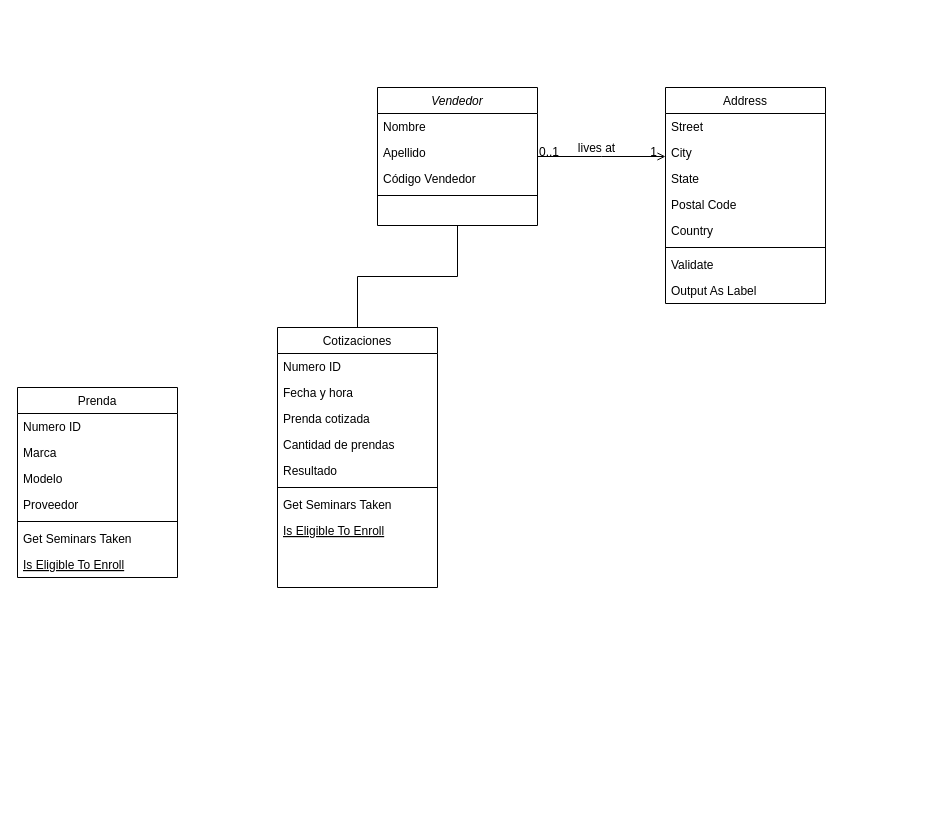
The draw.io diagram Diagrama sin título.drawio in Santira243/PracticaQuark, before the edit. Source tidied: cells renumbered, new cells numbered last; positions are measured from the earlier drawing's top-left corner, leaving out a move shared by most shapes. Both pictures are drawn from the tidied source at 100%, with x=0, y=0 at pixel (17, 87).
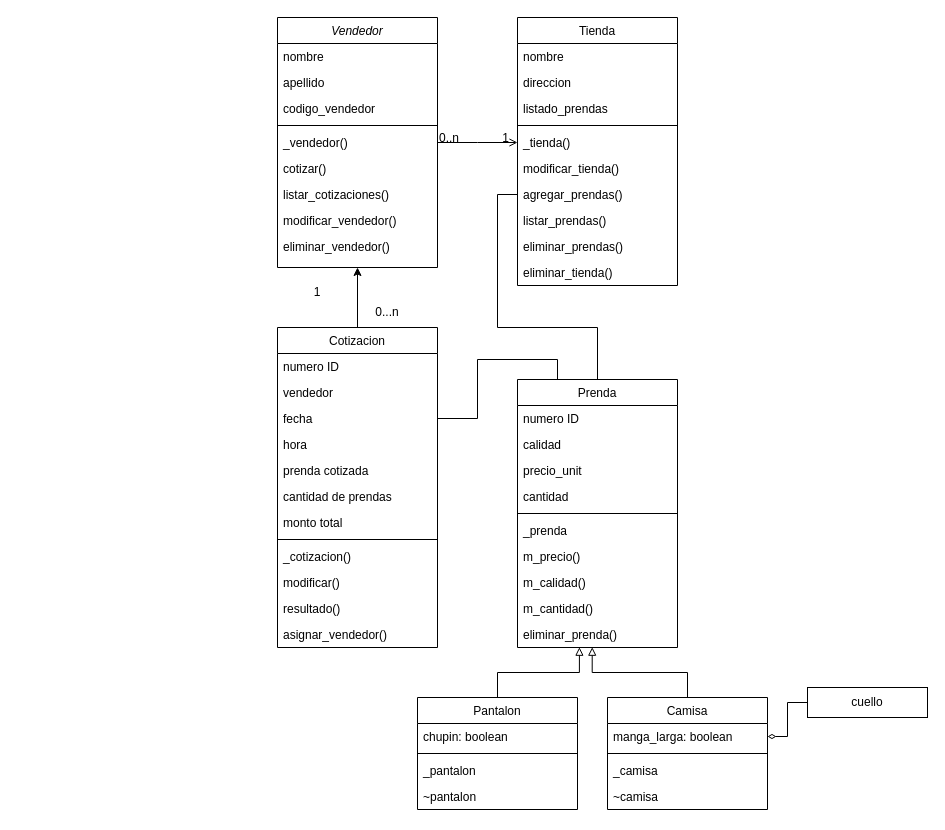
Above is the later version.

Unchanged cells that the change refers to:
```xml
<mxCell id="26" style="endArrow=open;shadow=0;strokeWidth=1;rounded=0;endFill=1;edgeStyle=elbowEdgeStyle;elbow=vertical;" parent="1" edge="1" source="2" target="17">
  <mxGeometry x="0.5" y="41" relative="1" as="geometry">
    <mxPoint x="-40" y="32" as="offset" />
  </mxGeometry>
</mxCell>
```

Diff of the diagram source:
```diff
@@
     <mxCell id="2" value="Vendedor" style="swimlane;fontStyle=2;align=center;verticalAlign=top;horizontal=1;startSize=26;rounded=0;shadow=0;strokeWidth=1;" parent="1" vertex="1">
-      <mxGeometry x="360" width="160" height="138" as="geometry" />
+      <mxGeometry x="260" y="-70" width="160" height="250" as="geometry" />
     </mxCell>
-    <mxCell id="3" value="Nombre" style="text;align=left;verticalAlign=top;spacingLeft=4;spacingRight=4;overflow=hidden;" parent="2" vertex="1">
+    <mxCell id="3" value="nombre" style="text;align=left;verticalAlign=top;spacingLeft=4;spacingRight=4;overflow=hidden;" parent="2" vertex="1">
       <mxGeometry y="26" width="160" height="26" as="geometry" />
     </mxCell>
-    <mxCell id="4" value="Apellido" style="text;align=left;verticalAlign=top;spacingLeft=4;spacingRight=4;overflow=hidden;rounded=0;shadow=0;html=0;" parent="2" vertex="1">
+    <mxCell id="4" value="apellido" style="text;align=left;verticalAlign=top;spacingLeft=4;spacingRight=4;overflow=hidden;rounded=0;shadow=0;html=0;" parent="2" vertex="1">
       <mxGeometry y="52" width="160" height="26" as="geometry" />
     </mxCell>
-    <mxCell id="5" value="Código Vendedor" style="text;align=left;verticalAlign=top;spacingLeft=4;spacingRight=4;overflow=hidden;rounded=0;shadow=0;html=0;" parent="2" vertex="1">
+    <mxCell id="5" value="codigo_vendedor" style="text;align=left;verticalAlign=top;spacingLeft=4;spacingRight=4;overflow=hidden;rounded=0;shadow=0;html=0;" parent="2" vertex="1">
       <mxGeometry y="78" width="160" height="26" as="geometry" />
     </mxCell>
@@
+    <mxCell id="38" value="_vendedor()" style="text;align=left;verticalAlign=top;spacingLeft=4;spacingRight=4;overflow=hidden;rounded=0;shadow=0;html=0;" parent="2" vertex="1">
+      <mxGeometry y="112" width="160" height="26" as="geometry" />
+    </mxCell>
+    <mxCell id="39" value="cotizar()&#10;" style="text;align=left;verticalAlign=top;spacingLeft=4;spacingRight=4;overflow=hidden;rounded=0;shadow=0;html=0;" parent="2" vertex="1">
+      <mxGeometry y="138" width="160" height="26" as="geometry" />
+    </mxCell>
+    <mxCell id="40" value="listar_cotizaciones()" style="text;align=left;verticalAlign=top;spacingLeft=4;spacingRight=4;overflow=hidden;rounded=0;shadow=0;html=0;" parent="2" vertex="1">
+      <mxGeometry y="164" width="160" height="26" as="geometry" />
+    </mxCell>
+    <mxCell id="41" value="modificar_vendedor()&#10;" style="text;align=left;verticalAlign=top;spacingLeft=4;spacingRight=4;overflow=hidden;rounded=0;shadow=0;html=0;" parent="2" vertex="1">
+      <mxGeometry y="190" width="160" height="26" as="geometry" />
+    </mxCell>
+    <mxCell id="42" value="eliminar_vendedor()&#10;" style="text;align=left;verticalAlign=top;spacingLeft=4;spacingRight=4;overflow=hidden;rounded=0;shadow=0;html=0;" parent="2" vertex="1">
+      <mxGeometry y="216" width="160" height="26" as="geometry" />
+    </mxCell>
-    <mxCell id="7" value="Cotizaciones" style="swimlane;fontStyle=0;align=center;verticalAlign=top;horizontal=1;startSize=26;rounded=0;shadow=0;strokeWidth=1;" parent="1" vertex="1">
-      <mxGeometry x="260" y="240" width="160" height="260" as="geometry" />
+    <mxCell id="7" value="Cotizacion" style="swimlane;fontStyle=0;align=center;verticalAlign=top;horizontal=1;startSize=26;rounded=0;shadow=0;strokeWidth=1;" parent="1" vertex="1">
+      <mxGeometry x="260" y="240" width="160" height="320" as="geometry" />
     </mxCell>
-    <mxCell id="8" value="Numero ID" style="text;align=left;verticalAlign=top;spacingLeft=4;spacingRight=4;overflow=hidden;" parent="7" vertex="1">
+    <mxCell id="8" value="numero ID" style="text;align=left;verticalAlign=top;spacingLeft=4;spacingRight=4;overflow=hidden;" parent="7" vertex="1">
       <mxGeometry y="26" width="160" height="26" as="geometry" />
     </mxCell>
+    <mxCell id="43" value="vendedor" style="text;align=left;verticalAlign=top;spacingLeft=4;spacingRight=4;overflow=hidden;rounded=0;shadow=0;html=0;" parent="7" vertex="1">
+      <mxGeometry y="52" width="160" height="26" as="geometry" />
+    </mxCell>
-    <mxCell id="9" value="Fecha y hora" style="text;align=left;verticalAlign=top;spacingLeft=4;spacingRight=4;overflow=hidden;points=[[0,0.5],[1,0.5]];portConstraint=eastwest;rounded=0;shadow=0;html=0;" parent="7" vertex="1">
-      <mxGeometry y="52" width="160" height="26" as="geometry" />
+    <mxCell id="9" value="fecha&#10;" style="text;align=left;verticalAlign=top;spacingLeft=4;spacingRight=4;overflow=hidden;points=[[0,0.5],[1,0.5]];portConstraint=eastwest;rounded=0;shadow=0;html=0;" parent="7" vertex="1">
+      <mxGeometry y="78" width="160" height="26" as="geometry" />
     </mxCell>
-    <mxCell id="10" value="Prenda cotizada" style="text;align=left;verticalAlign=top;spacingLeft=4;spacingRight=4;overflow=hidden;rounded=0;shadow=0;html=0;" parent="7" vertex="1">
-      <mxGeometry y="78" width="160" height="26" as="geometry" />
+    <mxCell id="10" value="hora" style="text;align=left;verticalAlign=top;spacingLeft=4;spacingRight=4;overflow=hidden;rounded=0;shadow=0;html=0;" parent="7" vertex="1">
+      <mxGeometry y="104" width="160" height="26" as="geometry" />
     </mxCell>
+    <mxCell id="44" value="prenda cotizada" style="text;align=left;verticalAlign=top;spacingLeft=4;spacingRight=4;overflow=hidden;rounded=0;shadow=0;html=0;" parent="7" vertex="1">
+      <mxGeometry y="130" width="160" height="26" as="geometry" />
+    </mxCell>
-    <mxCell id="11" value="Cantidad de prendas" style="text;align=left;verticalAlign=top;spacingLeft=4;spacingRight=4;overflow=hidden;rounded=0;shadow=0;html=0;" parent="7" vertex="1">
-      <mxGeometry y="104" width="160" height="26" as="geometry" />
+    <mxCell id="11" value="cantidad de prendas" style="text;align=left;verticalAlign=top;spacingLeft=4;spacingRight=4;overflow=hidden;rounded=0;shadow=0;html=0;" parent="7" vertex="1">
+      <mxGeometry y="156" width="160" height="26" as="geometry" />
     </mxCell>
-    <mxCell id="12" value="Resultado" style="text;align=left;verticalAlign=top;spacingLeft=4;spacingRight=4;overflow=hidden;rounded=0;shadow=0;html=0;" parent="7" vertex="1">
-      <mxGeometry y="130" width="160" height="26" as="geometry" />
+    <mxCell id="12" value="monto total" style="text;align=left;verticalAlign=top;spacingLeft=4;spacingRight=4;overflow=hidden;rounded=0;shadow=0;html=0;" parent="7" vertex="1">
+      <mxGeometry y="182" width="160" height="26" as="geometry" />
     </mxCell>
     <mxCell id="13" style="line;html=1;strokeWidth=1;align=left;verticalAlign=middle;spacingTop=-1;spacingLeft=3;spacingRight=3;labelPosition=right;" parent="7" vertex="1">
-      <mxGeometry y="156" width="160" height="8" as="geometry" />
+      <mxGeometry y="208" width="160" height="8" as="geometry" />
     </mxCell>
-    <mxCell id="14" value="Get Seminars Taken" style="text;align=left;verticalAlign=top;spacingLeft=4;spacingRight=4;overflow=hidden;" parent="7" vertex="1">
-      <mxGeometry y="164" width="160" height="26" as="geometry" />
-    </mxCell>
-    <mxCell id="15" value="Is Eligible To Enroll" style="text;align=left;verticalAlign=top;spacingLeft=4;spacingRight=4;overflow=hidden;fontStyle=4;" parent="7" vertex="1">
-      <mxGeometry y="190" width="160" height="26" as="geometry" />
-    </mxCell>
+    <mxCell id="45" value="_cotizacion()" style="text;align=left;verticalAlign=top;spacingLeft=4;spacingRight=4;overflow=hidden;rounded=0;shadow=0;html=0;" parent="7" vertex="1">
+      <mxGeometry y="216" width="160" height="26" as="geometry" />
+    </mxCell>
+    <mxCell id="46" value="modificar()" style="text;align=left;verticalAlign=top;spacingLeft=4;spacingRight=4;overflow=hidden;rounded=0;shadow=0;html=0;" parent="7" vertex="1">
+      <mxGeometry y="242" width="160" height="26" as="geometry" />
+    </mxCell>
+    <mxCell id="47" value="resultado()" style="text;align=left;verticalAlign=top;spacingLeft=4;spacingRight=4;overflow=hidden;rounded=0;shadow=0;html=0;" parent="7" vertex="1">
+      <mxGeometry y="268" width="160" height="26" as="geometry" />
+    </mxCell>
+    <mxCell id="48" value="asignar_vendedor()" style="text;align=left;verticalAlign=top;spacingLeft=4;spacingRight=4;overflow=hidden;rounded=0;shadow=0;html=0;" parent="7" vertex="1">
+      <mxGeometry y="294" width="160" height="26" as="geometry" />
+    </mxCell>
-    <mxCell id="16" style="endArrow=none;endFill=0;shadow=0;strokeWidth=1;rounded=0;elbow=vertical;edgeStyle=orthogonalEdgeStyle;" parent="1" edge="1" source="7" target="2">
+    <mxCell id="16" style="endArrow=classic;endFill=1;shadow=0;strokeWidth=1;rounded=0;elbow=vertical;edgeStyle=orthogonalEdgeStyle;" parent="1" edge="1" source="7" target="2">
       <mxGeometry relative="1" as="geometry" />
     </mxCell>
-    <mxCell id="17" value="Address" style="swimlane;fontStyle=0;align=center;verticalAlign=top;horizontal=1;startSize=26;rounded=0;shadow=0;strokeWidth=1;" parent="1" vertex="1">
-      <mxGeometry x="648" width="160" height="216" as="geometry" />
+    <mxCell id="17" value="Tienda" style="swimlane;fontStyle=0;align=center;verticalAlign=top;horizontal=1;startSize=26;rounded=0;shadow=0;strokeWidth=1;" parent="1" vertex="1">
+      <mxGeometry x="500" y="-70" width="160" height="268" as="geometry" />
     </mxCell>
-    <mxCell id="18" value="Street" style="text;align=left;verticalAlign=top;spacingLeft=4;spacingRight=4;overflow=hidden;" parent="17" vertex="1">
+    <mxCell id="18" value="nombre" style="text;align=left;verticalAlign=top;spacingLeft=4;spacingRight=4;overflow=hidden;" parent="17" vertex="1">
       <mxGeometry y="26" width="160" height="26" as="geometry" />
     </mxCell>
-    <mxCell id="19" value="City" style="text;align=left;verticalAlign=top;spacingLeft=4;spacingRight=4;overflow=hidden;rounded=0;shadow=0;html=0;" parent="17" vertex="1">
+    <mxCell id="19" value="direccion" style="text;align=left;verticalAlign=top;spacingLeft=4;spacingRight=4;overflow=hidden;rounded=0;shadow=0;html=0;" parent="17" vertex="1">
       <mxGeometry y="52" width="160" height="26" as="geometry" />
     </mxCell>
-    <mxCell id="20" value="State" style="text;align=left;verticalAlign=top;spacingLeft=4;spacingRight=4;overflow=hidden;rounded=0;shadow=0;html=0;" parent="17" vertex="1">
-      <mxGeometry y="78" width="160" height="26" as="geometry" />
-    </mxCell>
-    <mxCell id="21" value="Postal Code" style="text;align=left;verticalAlign=top;spacingLeft=4;spacingRight=4;overflow=hidden;rounded=0;shadow=0;html=0;" parent="17" vertex="1">
-      <mxGeometry y="104" width="160" height="26" as="geometry" />
-    </mxCell>
-    <mxCell id="22" value="Country" style="text;align=left;verticalAlign=top;spacingLeft=4;spacingRight=4;overflow=hidden;rounded=0;shadow=0;html=0;" parent="17" vertex="1">
-      <mxGeometry y="130" width="160" height="26" as="geometry" />
+    <mxCell id="22" value="listado_prendas" style="text;align=left;verticalAlign=top;spacingLeft=4;spacingRight=4;overflow=hidden;rounded=0;shadow=0;html=0;" parent="17" vertex="1">
+      <mxGeometry y="78" width="160" height="26" as="geometry" />
     </mxCell>
     <mxCell id="23" style="line;html=1;strokeWidth=1;align=left;verticalAlign=middle;spacingTop=-1;spacingLeft=3;spacingRight=3;labelPosition=right;" parent="17" vertex="1">
-      <mxGeometry y="156" width="160" height="8" as="geometry" />
+      <mxGeometry y="104" width="160" height="8" as="geometry" />
     </mxCell>
-    <mxCell id="24" value="Validate" style="text;align=left;verticalAlign=top;spacingLeft=4;spacingRight=4;overflow=hidden;" parent="17" vertex="1">
-      <mxGeometry y="164" width="160" height="26" as="geometry" />
+    <mxCell id="24" value="_tienda()" style="text;align=left;verticalAlign=top;spacingLeft=4;spacingRight=4;overflow=hidden;" parent="17" vertex="1">
+      <mxGeometry y="112" width="160" height="26" as="geometry" />
     </mxCell>
-    <mxCell id="25" value="Output As Label" style="text;align=left;verticalAlign=top;spacingLeft=4;spacingRight=4;overflow=hidden;" parent="17" vertex="1">
-      <mxGeometry y="190" width="160" height="26" as="geometry" />
+    <mxCell id="25" value="modificar_tienda()" style="text;align=left;verticalAlign=top;spacingLeft=4;spacingRight=4;overflow=hidden;" parent="17" vertex="1">
+      <mxGeometry y="138" width="160" height="26" as="geometry" />
     </mxCell>
+    <mxCell id="49" value="agregar_prendas()" style="text;align=left;verticalAlign=top;spacingLeft=4;spacingRight=4;overflow=hidden;points=[[0,0.5],[1,0.5]];portConstraint=eastwest;" parent="17" vertex="1">
+      <mxGeometry y="164" width="160" height="26" as="geometry" />
+    </mxCell>
+    <mxCell id="50" value="listar_prendas()" style="text;align=left;verticalAlign=top;spacingLeft=4;spacingRight=4;overflow=hidden;" parent="17" vertex="1">
+      <mxGeometry y="190" width="160" height="26" as="geometry" />
+    </mxCell>
+    <mxCell id="51" value="eliminar_prendas()" style="text;align=left;verticalAlign=top;spacingLeft=4;spacingRight=4;overflow=hidden;" parent="17" vertex="1">
+      <mxGeometry y="216" width="160" height="26" as="geometry" />
+    </mxCell>
+    <mxCell id="52" value="eliminar_tienda()" style="text;align=left;verticalAlign=top;spacingLeft=4;spacingRight=4;overflow=hidden;" parent="17" vertex="1">
+      <mxGeometry y="242" width="160" height="26" as="geometry" />
+    </mxCell>
@@
-    <mxCell id="27" value="0..1" style="align=left;verticalAlign=bottom;labelBackgroundColor=none;fontSize=12;" parent="26" vertex="1">
+    <mxCell id="27" value="0..n" style="align=left;verticalAlign=bottom;labelBackgroundColor=none;fontSize=12;" parent="26" vertex="1">
       <mxGeometry x="-1" relative="1" as="geometry">
         <mxPoint y="4" as="offset" />
       </mxGeometry>
     </mxCell>
@@
-    <mxCell id="29" value="lives at" style="text;html=1;align=center;verticalAlign=middle;labelBackgroundColor=none;rounded=0;shadow=0;strokeWidth=1;fontSize=12;" parent="26" vertex="1">
-      <mxGeometry x="0.5" y="49" relative="1" as="geometry">
-        <mxPoint x="-38" y="40" as="offset" />
-      </mxGeometry>
-    </mxCell>
+    <mxCell id="53" style="edgeStyle=orthogonalEdgeStyle;rounded=0;jettySize=auto;html=1;exitX=0.5;exitY=0;exitDx=0;exitDy=0;entryX=0;entryY=0.5;entryDx=0;entryDy=0;endArrow=none;endFill=0;" parent="1" edge="1" source="30" target="49">
+      <mxGeometry relative="1" as="geometry">
+        <Array as="points">
+          <mxPoint x="580" y="240" />
+          <mxPoint x="480" y="240" />
+          <mxPoint x="480" y="107" />
+        </Array>
+      </mxGeometry>
+    </mxCell>
     <mxCell id="30" value="Prenda" style="swimlane;fontStyle=0;align=center;verticalAlign=top;horizontal=1;startSize=26;rounded=0;shadow=0;strokeWidth=1;" parent="1" vertex="1">
-      <mxGeometry y="300" width="160" height="190" as="geometry" />
+      <mxGeometry x="500" y="292" width="160" height="268" as="geometry" />
     </mxCell>
-    <mxCell id="31" value="Numero ID" style="text;align=left;verticalAlign=top;spacingLeft=4;spacingRight=4;overflow=hidden;" parent="30" vertex="1">
+    <mxCell id="31" value="numero ID" style="text;align=left;verticalAlign=top;spacingLeft=4;spacingRight=4;overflow=hidden;" parent="30" vertex="1">
       <mxGeometry y="26" width="160" height="26" as="geometry" />
     </mxCell>
-    <mxCell id="32" value="Marca" style="text;align=left;verticalAlign=top;spacingLeft=4;spacingRight=4;overflow=hidden;rounded=0;shadow=0;html=0;" parent="30" vertex="1">
+    <mxCell id="32" value="calidad" style="text;align=left;verticalAlign=top;spacingLeft=4;spacingRight=4;overflow=hidden;rounded=0;shadow=0;html=0;" parent="30" vertex="1">
       <mxGeometry y="52" width="160" height="26" as="geometry" />
     </mxCell>
-    <mxCell id="33" value="Modelo " style="text;align=left;verticalAlign=top;spacingLeft=4;spacingRight=4;overflow=hidden;rounded=0;shadow=0;html=0;" parent="30" vertex="1">
+    <mxCell id="33" value="precio_unit" style="text;align=left;verticalAlign=top;spacingLeft=4;spacingRight=4;overflow=hidden;rounded=0;shadow=0;html=0;" parent="30" vertex="1">
       <mxGeometry y="78" width="160" height="26" as="geometry" />
     </mxCell>
-    <mxCell id="34" value="Proveedor" style="text;align=left;verticalAlign=top;spacingLeft=4;spacingRight=4;overflow=hidden;rounded=0;shadow=0;html=0;" parent="30" vertex="1">
+    <mxCell id="34" value="cantidad" style="text;align=left;verticalAlign=top;spacingLeft=4;spacingRight=4;overflow=hidden;rounded=0;shadow=0;html=0;" parent="30" vertex="1">
       <mxGeometry y="104" width="160" height="26" as="geometry" />
     </mxCell>
@@
-    <mxCell id="36" value="Get Seminars Taken" style="text;align=left;verticalAlign=top;spacingLeft=4;spacingRight=4;overflow=hidden;" parent="30" vertex="1">
-      <mxGeometry y="138" width="160" height="26" as="geometry" />
-    </mxCell>
-    <mxCell id="37" value="Is Eligible To Enroll" style="text;align=left;verticalAlign=top;spacingLeft=4;spacingRight=4;overflow=hidden;fontStyle=4;" parent="30" vertex="1">
-      <mxGeometry y="164" width="160" height="26" as="geometry" />
-    </mxCell>
+    <mxCell id="54" value="_prenda" style="text;align=left;verticalAlign=top;spacingLeft=4;spacingRight=4;overflow=hidden;rounded=0;shadow=0;html=0;" parent="30" vertex="1">
+      <mxGeometry y="138" width="160" height="26" as="geometry" />
+    </mxCell>
+    <mxCell id="55" value="m_precio()" style="text;align=left;verticalAlign=top;spacingLeft=4;spacingRight=4;overflow=hidden;rounded=0;shadow=0;html=0;" parent="30" vertex="1">
+      <mxGeometry y="164" width="160" height="26" as="geometry" />
+    </mxCell>
+    <mxCell id="56" value="m_calidad()" style="text;align=left;verticalAlign=top;spacingLeft=4;spacingRight=4;overflow=hidden;rounded=0;shadow=0;html=0;" parent="30" vertex="1">
+      <mxGeometry y="190" width="160" height="26" as="geometry" />
+    </mxCell>
+    <mxCell id="57" value="m_cantidad()" style="text;align=left;verticalAlign=top;spacingLeft=4;spacingRight=4;overflow=hidden;rounded=0;shadow=0;html=0;" parent="30" vertex="1">
+      <mxGeometry y="216" width="160" height="26" as="geometry" />
+    </mxCell>
+    <mxCell id="58" value="eliminar_prenda()&#10;" style="text;align=left;verticalAlign=top;spacingLeft=4;spacingRight=4;overflow=hidden;points=[[0,0.5],[1,0.5]];portConstraint=eastwest;rounded=0;shadow=0;html=0;" parent="30" vertex="1">
+      <mxGeometry y="242" width="160" height="26" as="geometry" />
+    </mxCell>
+    <mxCell id="59" style="edgeStyle=orthogonalEdgeStyle;rounded=0;jettySize=auto;html=1;exitX=1;exitY=0.5;exitDx=0;exitDy=0;entryX=0.25;entryY=0;entryDx=0;entryDy=0;endArrow=none;endFill=0;" parent="1" edge="1" source="9" target="30">
+      <mxGeometry relative="1" as="geometry" />
+    </mxCell>
+    <mxCell id="60" style="edgeStyle=orthogonalEdgeStyle;rounded=0;jettySize=auto;html=1;exitX=0.5;exitY=0;exitDx=0;exitDy=0;entryX=0.387;entryY=0.989;entryDx=0;entryDy=0;entryPerimeter=0;endArrow=block;endFill=0;" parent="1" edge="1" source="61" target="58">
+      <mxGeometry relative="1" as="geometry" />
+    </mxCell>
+    <mxCell id="61" value="Pantalon" style="swimlane;fontStyle=0;align=center;verticalAlign=top;horizontal=1;startSize=26;rounded=0;shadow=0;strokeWidth=1;" parent="1" vertex="1">
+      <mxGeometry x="400" y="610" width="160" height="112" as="geometry" />
+    </mxCell>
+    <mxCell id="62" value="chupin: boolean" style="text;align=left;verticalAlign=top;spacingLeft=4;spacingRight=4;overflow=hidden;rounded=0;shadow=0;html=0;" parent="61" vertex="1">
+      <mxGeometry y="26" width="160" height="26" as="geometry" />
+    </mxCell>
+    <mxCell id="63" style="line;html=1;strokeWidth=1;align=left;verticalAlign=middle;spacingTop=-1;spacingLeft=3;spacingRight=3;labelPosition=right;" parent="61" vertex="1">
+      <mxGeometry y="52" width="160" height="8" as="geometry" />
+    </mxCell>
+    <mxCell id="64" value="_pantalon" style="text;align=left;verticalAlign=top;spacingLeft=4;spacingRight=4;overflow=hidden;rounded=0;shadow=0;html=0;" parent="61" vertex="1">
+      <mxGeometry y="60" width="160" height="26" as="geometry" />
+    </mxCell>
+    <mxCell id="65" value="~pantalon" style="text;align=left;verticalAlign=top;spacingLeft=4;spacingRight=4;overflow=hidden;rounded=0;shadow=0;html=0;" parent="61" vertex="1">
+      <mxGeometry y="86" width="160" height="26" as="geometry" />
+    </mxCell>
+    <mxCell id="66" style="edgeStyle=orthogonalEdgeStyle;rounded=0;jettySize=auto;html=1;exitX=0.5;exitY=0;exitDx=0;exitDy=0;entryX=0.467;entryY=0.989;entryDx=0;entryDy=0;entryPerimeter=0;endArrow=block;endFill=0;" parent="1" edge="1" source="67" target="58">
+      <mxGeometry relative="1" as="geometry" />
+    </mxCell>
+    <mxCell id="67" value="Camisa" style="swimlane;fontStyle=0;align=center;verticalAlign=top;horizontal=1;startSize=26;rounded=0;shadow=0;strokeWidth=1;" parent="1" vertex="1">
+      <mxGeometry x="590" y="610" width="160" height="112" as="geometry" />
+    </mxCell>
+    <mxCell id="68" value="manga_larga: boolean" style="text;align=left;verticalAlign=top;spacingLeft=4;spacingRight=4;overflow=hidden;points=[[0,0.5],[1,0.5]];portConstraint=eastwest;" parent="67" vertex="1">
+      <mxGeometry y="26" width="160" height="26" as="geometry" />
+    </mxCell>
+    <mxCell id="69" style="line;html=1;strokeWidth=1;align=left;verticalAlign=middle;spacingTop=-1;spacingLeft=3;spacingRight=3;labelPosition=right;" parent="67" vertex="1">
+      <mxGeometry y="52" width="160" height="8" as="geometry" />
+    </mxCell>
+    <mxCell id="70" value="_camisa" style="text;align=left;verticalAlign=top;spacingLeft=4;spacingRight=4;overflow=hidden;rounded=0;shadow=0;html=0;" parent="67" vertex="1">
+      <mxGeometry y="60" width="160" height="26" as="geometry" />
+    </mxCell>
+    <mxCell id="71" value="~camisa" style="text;align=left;verticalAlign=top;spacingLeft=4;spacingRight=4;overflow=hidden;rounded=0;shadow=0;html=0;" parent="67" vertex="1">
+      <mxGeometry y="86" width="160" height="26" as="geometry" />
+    </mxCell>
+    <mxCell id="72" value="0...n" style="text;strokeColor=none;align=center;fillColor=none;html=1;verticalAlign=middle;whiteSpace=wrap;rounded=0;" parent="1" vertex="1">
+      <mxGeometry x="340" y="210" width="60" height="30" as="geometry" />
+    </mxCell>
+    <mxCell id="73" value="1" style="text;strokeColor=none;align=center;fillColor=none;html=1;verticalAlign=middle;whiteSpace=wrap;rounded=0;" parent="1" vertex="1">
+      <mxGeometry x="270" y="190" width="60" height="30" as="geometry" />
+    </mxCell>
+    <mxCell id="74" style="edgeStyle=orthogonalEdgeStyle;rounded=0;jettySize=auto;html=1;exitX=0;exitY=0.5;exitDx=0;exitDy=0;entryX=1;entryY=0.5;entryDx=0;entryDy=0;endArrow=diamondThin;endFill=0;" parent="1" edge="1" source="75" target="68">
+      <mxGeometry relative="1" as="geometry" />
+    </mxCell>
+    <mxCell id="75" value="cuello" style="rounded=0;whiteSpace=wrap;html=1;" parent="1" vertex="1">
+      <mxGeometry x="790" y="600" width="120" height="30" as="geometry" />
+    </mxCell>
```
